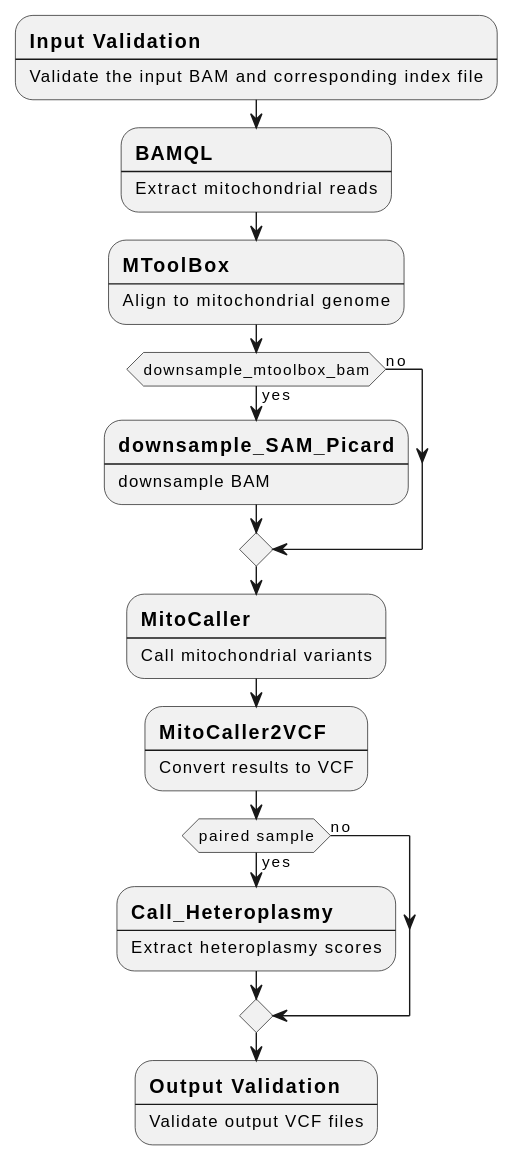
Earlier version of the PlantUML export docs/call-mtsnv-flow.svg (uclahs-cds/pipeline-call-mtSNV).
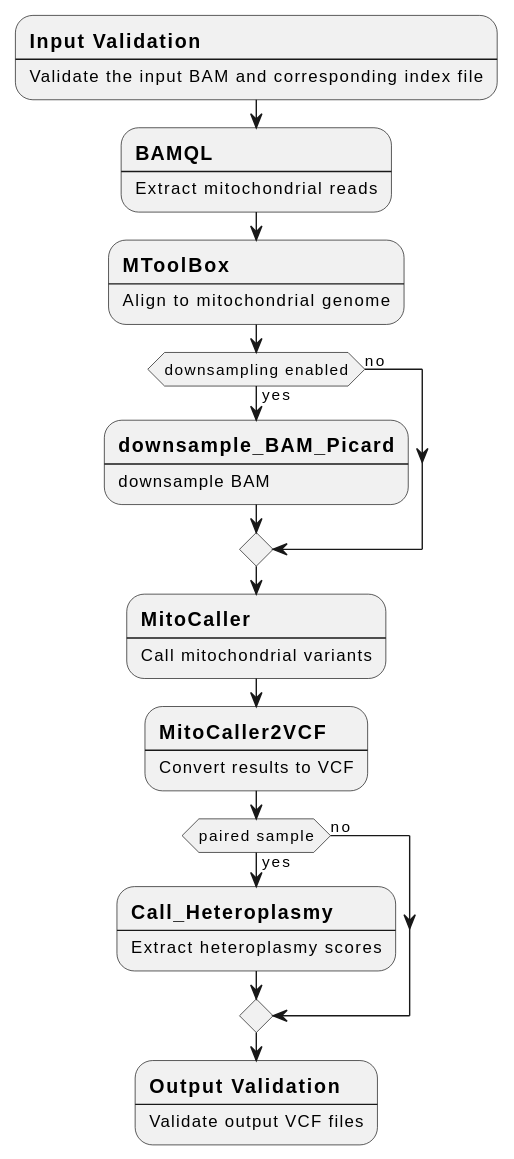
Later version of the same file.

Diff of the diagram source:
```diff
@@ -11,8 +11,8 @@
 :==MToolBox
 ----
 Align to mitochondrial genome;
-if (downsample_mtoolbox_bam) then (yes)
-  :==downsample_SAM_Picard
+if (downsampling enabled) then (yes)
+  :==downsample_BAM_Picard
   ----
   downsample BAM;
 else (no)
```
